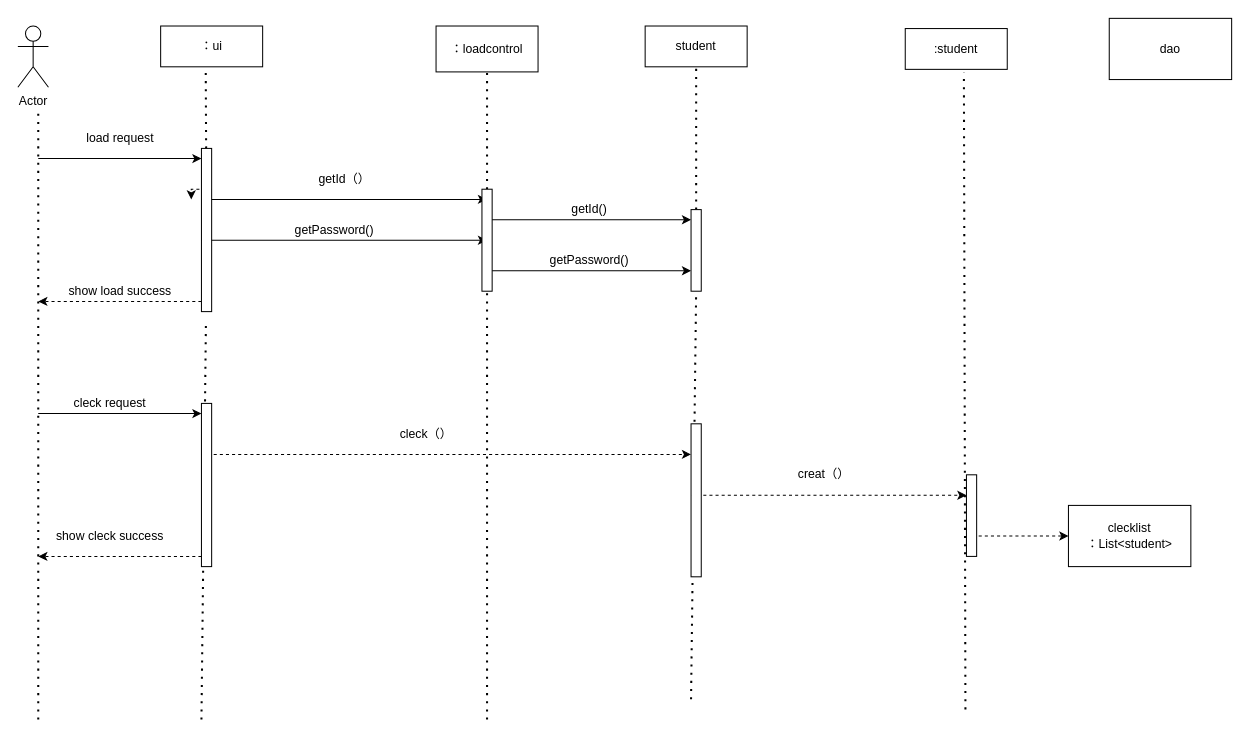
Earlier version of the draw.io diagram 顺序图.drawio (a26680533/idcardgenerator). Source tidied: cells renumbered, new cells numbered last; positions are measured from the earlier drawing's top-left corner, leaving out a move shared by most shapes. Both pictures are drawn from the tidied source at 102%, with x=0, y=0 at pixel (17, 17).
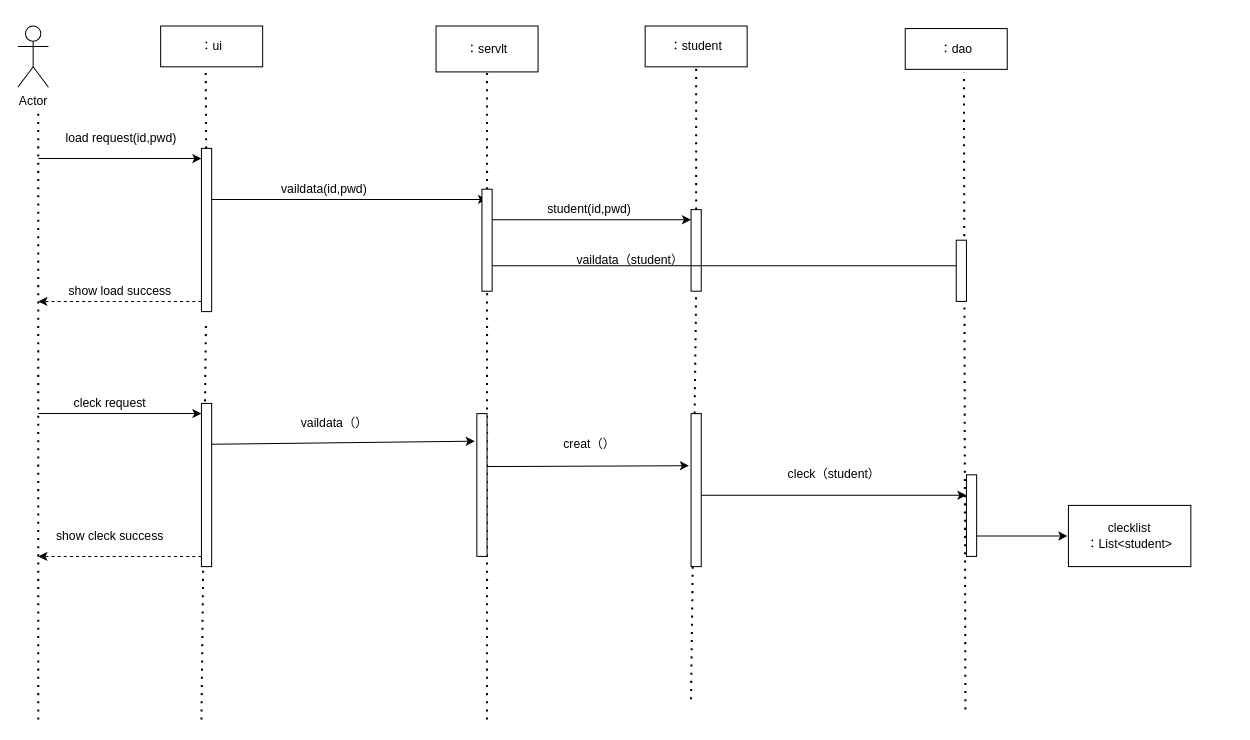
Above is the later version.

Commit message:
更新顺序图.drawio

Unchanged cells that the change refers to:
```xml
<mxCell id="31" value="clecklist&lt;br&gt;：List&amp;lt;student&amp;gt;" style="rounded=0;whiteSpace=wrap;html=1;" parent="1" vertex="1">
  <mxGeometry x="1030" y="478" width="120" height="60" as="geometry" />
</mxCell>
<mxCell id="35" style="rounded=0;whiteSpace=wrap;html=1;" parent="1" vertex="1">
  <mxGeometry x="180" y="128" width="10" height="160" as="geometry" />
</mxCell>
<mxCell id="37" style="rounded=0;whiteSpace=wrap;html=1;" parent="1" vertex="1">
  <mxGeometry x="455" y="168" width="10" height="100" as="geometry" />
</mxCell>
<mxCell id="41" style="rounded=0;whiteSpace=wrap;html=1;" parent="1" vertex="1">
  <mxGeometry x="180" y="378" width="10" height="160" as="geometry" />
</mxCell>
```

Change to the diagram source:
```diff
@@
-    <mxCell id="4" value="：loadcontrol" style="rounded=0;whiteSpace=wrap;html=1;" parent="1" vertex="1">
+    <mxCell id="4" value="：servlt" style="rounded=0;whiteSpace=wrap;html=1;" parent="1" vertex="1">
       <mxGeometry x="410" y="8" width="100" height="45" as="geometry" />
     </mxCell>
-    <mxCell id="5" value="student" style="rounded=0;whiteSpace=wrap;html=1;" parent="1" vertex="1">
+    <mxCell id="5" value="：student" style="rounded=0;whiteSpace=wrap;html=1;" parent="1" vertex="1">
       <mxGeometry x="615" y="8" width="100" height="40" as="geometry" />
     </mxCell>
-    <mxCell id="6" value=":student" style="rounded=0;whiteSpace=wrap;html=1;" parent="1" vertex="1">
+    <mxCell id="6" value="：dao" style="rounded=0;whiteSpace=wrap;html=1;" parent="1" vertex="1">
       <mxGeometry x="870" y="10.5" width="100" height="40" as="geometry" />
     </mxCell>
@@
-    <mxCell id="13" value="load request" style="text;html=1;align=center;verticalAlign=middle;" parent="1" vertex="1">
-      <mxGeometry x="60" y="108" width="80" height="20" as="geometry" />
+    <mxCell id="13" value="load request(id,pwd)" style="text;html=1;align=center;verticalAlign=middle;" parent="1" vertex="1">
+      <mxGeometry x="41" y="108" width="120" height="20" as="geometry" />
     </mxCell>
@@
-    <mxCell id="15" value="getId（）" style="text;html=1;align=center;verticalAlign=middle;" parent="1" vertex="1">
-      <mxGeometry x="285" y="148" width="70" height="20" as="geometry" />
-    </mxCell>
-    <mxCell id="16" style="endArrow=classic;html=1;" parent="1" edge="1">
-      <mxGeometry relative="1" as="geometry">
-        <mxPoint x="180" y="218" as="sourcePoint" />
-        <mxPoint x="460" y="218" as="targetPoint" />
-      </mxGeometry>
-    </mxCell>
-    <mxCell id="17" value="getPassword()" style="text;html=1;align=center;verticalAlign=middle;" parent="1" vertex="1">
-      <mxGeometry x="265" y="198" width="90" height="20" as="geometry" />
-    </mxCell>
@@
-    <mxCell id="19" style="endArrow=classic;html=1;" parent="1" edge="1">
-      <mxGeometry relative="1" as="geometry">
-        <mxPoint x="460" y="248" as="sourcePoint" />
-        <mxPoint x="660" y="248" as="targetPoint" />
-      </mxGeometry>
-    </mxCell>
-    <mxCell id="20" value="getId()" style="text;html=1;align=center;verticalAlign=middle;" parent="1" vertex="1">
-      <mxGeometry x="535" y="178" width="50" height="20" as="geometry" />
+    <mxCell id="20" value="student(id,pwd)" style="text;html=1;align=center;verticalAlign=middle;" parent="1" vertex="1">
+      <mxGeometry x="510" y="178" width="100" height="20" as="geometry" />
     </mxCell>
-    <mxCell id="21" value="getPassword()" style="text;html=1;align=center;verticalAlign=middle;" parent="1" vertex="1">
-      <mxGeometry x="515" y="228" width="90" height="20" as="geometry" />
-    </mxCell>
@@
-    <mxCell id="26" style="endArrow=classic;html=1;dashed=1;" parent="1" edge="1">
-      <mxGeometry relative="1" as="geometry">
-        <mxPoint x="180" y="428" as="sourcePoint" />
-        <mxPoint x="660" y="428" as="targetPoint" />
-      </mxGeometry>
-    </mxCell>
-    <mxCell id="27" value="cleck（）" style="text;html=1;align=center;verticalAlign=middle;" parent="1" vertex="1">
-      <mxGeometry x="365" y="398" width="70" height="20" as="geometry" />
-    </mxCell>
-    <mxCell id="28" style="endArrow=classic;html=1;dashed=1;" parent="1" edge="1">
+    <mxCell id="28" style="endArrow=classic;html=1;" parent="1" edge="1">
       <mxGeometry relative="1" as="geometry">
         <mxPoint x="660" y="468" as="sourcePoint" />
         <mxPoint x="930" y="468" as="targetPoint" />
       </mxGeometry>
     </mxCell>
-    <mxCell id="29" value="creat（）" style="text;html=1;align=center;verticalAlign=middle;" parent="1" vertex="1">
-      <mxGeometry x="755" y="438" width="70" height="20" as="geometry" />
-    </mxCell>
-    <mxCell id="30" style="endArrow=classic;html=1;dashed=1;" parent="1" edge="1" target="31">
+    <mxCell id="30" style="endArrow=classic;html=1;" parent="1" edge="1">
       <mxGeometry relative="1" as="geometry">
-        <mxPoint x="930" y="508" as="sourcePoint" />
+        <mxPoint x="929" y="508" as="sourcePoint" />
+        <mxPoint x="1029" y="508" as="targetPoint" />
       </mxGeometry>
     </mxCell>
@@
-    <mxCell id="34" style="edgeStyle=orthogonalEdgeStyle;rounded=0;jettySize=auto;html=1;exitX=1;exitY=0.25;exitDx=0;exitDy=0;dashed=1;" parent="1" edge="1" source="35">
-      <mxGeometry relative="1" as="geometry">
-        <mxPoint x="170" y="178" as="targetPoint" />
-      </mxGeometry>
-    </mxCell>
@@
     <mxCell id="42" style="rounded=0;whiteSpace=wrap;html=1;" parent="1" vertex="1">
-      <mxGeometry x="660" y="398" width="10" height="150" as="geometry" />
+      <mxGeometry x="660" y="388" width="10" height="150" as="geometry" />
     </mxCell>
@@
-    <mxCell id="44" value="dao" style="rounded=0;whiteSpace=wrap;html=1;" parent="1" vertex="1">
-      <mxGeometry x="1070" y="0.5" width="120" height="60" as="geometry" />
-    </mxCell>
+    <mxCell id="45" value="vaildata(id,pwd)" style="text;html=1;align=center;verticalAlign=middle;" parent="1" vertex="1">
+      <mxGeometry x="250" y="158" width="100" height="20" as="geometry" />
+    </mxCell>
+    <mxCell id="46" style="endArrow=classic;html=1;exitX=1;exitY=0.75;exitDx=0;exitDy=0;" parent="1" edge="1" source="37">
+      <mxGeometry relative="1" as="geometry">
+        <mxPoint x="930" y="243" as="targetPoint" />
+      </mxGeometry>
+    </mxCell>
+    <mxCell id="47" value="vaildata（student）" style="text;html=1;align=center;verticalAlign=middle;" parent="1" vertex="1">
+      <mxGeometry x="540" y="228" width="120" height="20" as="geometry" />
+    </mxCell>
+    <mxCell id="48" style="rounded=0;whiteSpace=wrap;html=1;" parent="1" vertex="1">
+      <mxGeometry x="920" y="218" width="10" height="60" as="geometry" />
+    </mxCell>
+    <mxCell id="49" style="rounded=0;whiteSpace=wrap;html=1;" parent="1" vertex="1">
+      <mxGeometry x="450" y="388" width="10" height="140" as="geometry" />
+    </mxCell>
+    <mxCell id="50" style="endArrow=classic;html=1;exitX=1;exitY=0.25;exitDx=0;exitDy=0;entryX=-0.2;entryY=0.193;entryDx=0;entryDy=0;entryPerimeter=0;" parent="1" edge="1" source="41" target="49">
+      <mxGeometry relative="1" as="geometry" />
+    </mxCell>
+    <mxCell id="51" value="vaildata（）" style="text;html=1;align=center;verticalAlign=middle;" parent="1" vertex="1">
+      <mxGeometry x="270" y="388" width="80" height="20" as="geometry" />
+    </mxCell>
+    <mxCell id="52" style="endArrow=classic;html=1;exitX=1;exitY=0.371;exitDx=0;exitDy=0;exitPerimeter=0;entryX=-0.2;entryY=0.34;entryDx=0;entryDy=0;entryPerimeter=0;" parent="1" edge="1" source="49" target="42">
+      <mxGeometry relative="1" as="geometry" />
+    </mxCell>
+    <mxCell id="29" value="creat（）" style="text;html=1;align=center;verticalAlign=middle;" parent="1" vertex="1">
+      <mxGeometry x="525" y="408" width="70" height="20" as="geometry" />
+    </mxCell>
+    <mxCell id="53" value="cleck（student）" style="text;html=1;align=center;verticalAlign=middle;" parent="1" vertex="1">
+      <mxGeometry x="745" y="438" width="110" height="20" as="geometry" />
+    </mxCell>
```
